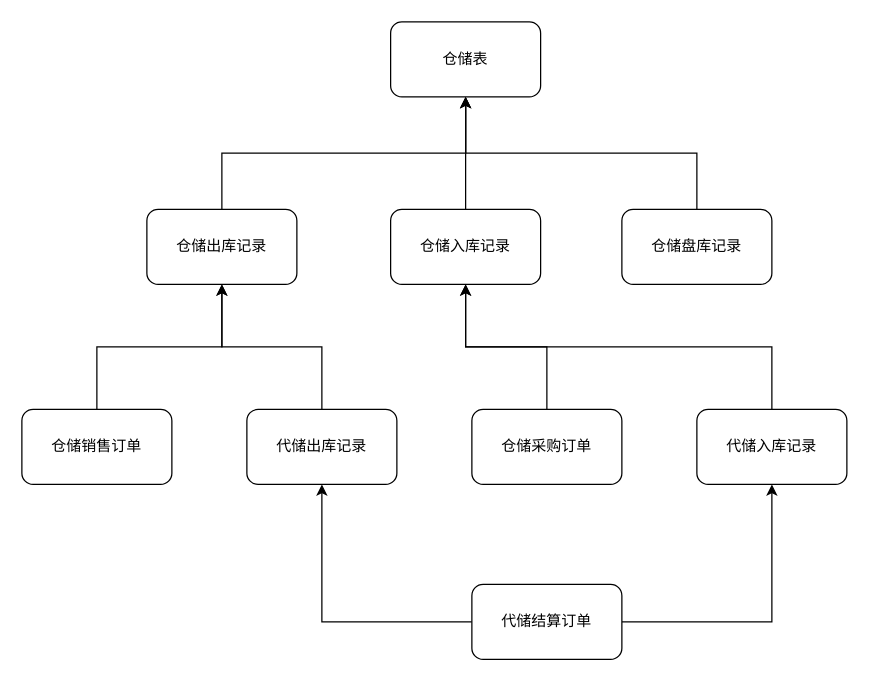
The draw.io diagram 储运业务数据结构.drawio in daijingjing/daijingjing.github.io, before the edit. Source tidied: cells renumbered, new cells numbered last; positions are measured from the earlier drawing's top-left corner, leaving out a move shared by most shapes. Both pictures are drawn from the tidied source at 125%, with x=0, y=0 at pixel (21, 21).
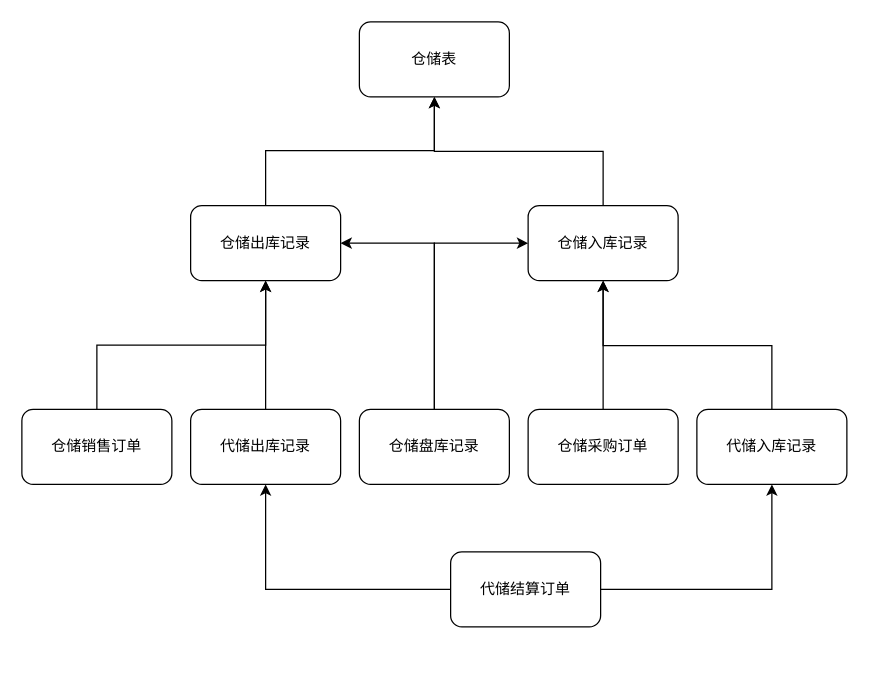
Above is the later version.

Commit message:
更新储运业务数据结构.drawio

The change refers to these unchanged cells:
```xml
<mxCell id="8" value="仓储销售订单" style="rounded=1;whiteSpace=wrap;html=1;" parent="1" vertex="1">
  <mxGeometry y="310" width="120" height="60" as="geometry" />
</mxCell>
```

Diff of the diagram source:
```diff
@@
     <mxCell id="2" value="仓储表" style="rounded=1;whiteSpace=wrap;html=1;" parent="1" vertex="1">
-      <mxGeometry x="295" width="120" height="60" as="geometry" />
+      <mxGeometry x="270" width="120" height="60" as="geometry" />
     </mxCell>
     <mxCell id="3" style="edgeStyle=elbowEdgeStyle;rounded=0;jettySize=auto;html=1;entryX=0.5;entryY=1;entryDx=0;entryDy=0;elbow=vertical;" parent="1" edge="1" source="4" target="2">
-      <mxGeometry relative="1" as="geometry" />
+      <mxGeometry relative="1" as="geometry">
+        <Array as="points">
+          <mxPoint x="258" y="103" />
+        </Array>
+      </mxGeometry>
     </mxCell>
     <mxCell id="4" value="仓储出库记录" style="rounded=1;whiteSpace=wrap;html=1;" parent="1" vertex="1">
-      <mxGeometry x="100" y="150" width="120" height="60" as="geometry" />
+      <mxGeometry x="135" y="147" width="120" height="60" as="geometry" />
     </mxCell>
-    <mxCell id="5" style="edgeStyle=orthogonalEdgeStyle;rounded=0;jettySize=auto;html=1;entryX=0.5;entryY=1;entryDx=0;entryDy=0;" parent="1" edge="1" source="6" target="2">
+    <mxCell id="5" style="edgeStyle=orthogonalEdgeStyle;rounded=0;jettySize=auto;html=1;entryX=0.5;entryY=1;entryDx=0;entryDy=0;exitX=0.5;exitY=0;exitDx=0;exitDy=0;" parent="1" edge="1" source="6" target="2">
       <mxGeometry relative="1" as="geometry" />
     </mxCell>
     <mxCell id="6" value="仓储入库记录" style="rounded=1;whiteSpace=wrap;html=1;" parent="1" vertex="1">
-      <mxGeometry x="295" y="150" width="120" height="60" as="geometry" />
+      <mxGeometry x="405" y="147" width="120" height="60" as="geometry" />
     </mxCell>
-    <mxCell id="7" style="edgeStyle=orthogonalEdgeStyle;rounded=0;jettySize=auto;html=1;" parent="1" edge="1" source="8" target="4">
+    <mxCell id="7" style="edgeStyle=orthogonalEdgeStyle;rounded=0;jettySize=auto;html=1;exitX=0.5;exitY=0;exitDx=0;exitDy=0;" parent="1" edge="1" source="8" target="4">
       <mxGeometry relative="1" as="geometry" />
     </mxCell>
@@
-    <mxCell id="9" style="edgeStyle=elbowEdgeStyle;rounded=0;jettySize=auto;html=1;elbow=vertical;" parent="1" edge="1" source="10" target="2">
-      <mxGeometry relative="1" as="geometry" />
-    </mxCell>
+    <mxCell id="20" style="edgeStyle=orthogonalEdgeStyle;rounded=0;jettySize=auto;html=1;entryX=1;entryY=0.5;entryDx=0;entryDy=0;exitX=0.5;exitY=0;exitDx=0;exitDy=0;" parent="1" edge="1" source="10" target="4">
+      <mxGeometry relative="1" as="geometry" />
+    </mxCell>
+    <mxCell id="21" style="edgeStyle=orthogonalEdgeStyle;rounded=0;jettySize=auto;html=1;entryX=0;entryY=0.5;entryDx=0;entryDy=0;exitX=0.5;exitY=0;exitDx=0;exitDy=0;" parent="1" edge="1" source="10" target="6">
+      <mxGeometry relative="1" as="geometry" />
+    </mxCell>
     <mxCell id="10" value="仓储盘库记录" style="rounded=1;whiteSpace=wrap;html=1;" parent="1" vertex="1">
-      <mxGeometry x="480" y="150" width="120" height="60" as="geometry" />
+      <mxGeometry x="270" y="310" width="120" height="60" as="geometry" />
     </mxCell>
@@
     <mxCell id="12" value="仓储采购&lt;span style=&quot;background-color: initial;&quot;&gt;订单&lt;/span&gt;" style="rounded=1;whiteSpace=wrap;html=1;" parent="1" vertex="1">
-      <mxGeometry x="360" y="310" width="120" height="60" as="geometry" />
+      <mxGeometry x="405" y="310" width="120" height="60" as="geometry" />
     </mxCell>
@@
     <mxCell id="14" value="代储出库记录" style="rounded=1;whiteSpace=wrap;html=1;" parent="1" vertex="1">
-      <mxGeometry x="180" y="310" width="120" height="60" as="geometry" />
+      <mxGeometry x="135" y="310" width="120" height="60" as="geometry" />
     </mxCell>
@@
     <mxCell id="19" value="代储结算订单" style="rounded=1;whiteSpace=wrap;html=1;" parent="1" vertex="1">
-      <mxGeometry x="360" y="450" width="120" height="60" as="geometry" />
+      <mxGeometry x="343" y="424" width="120" height="60" as="geometry" />
     </mxCell>
```
